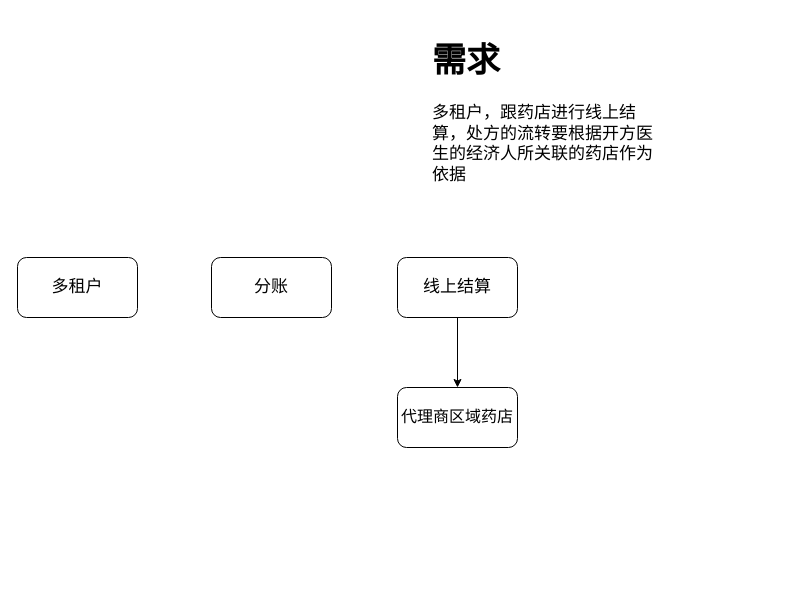
Above: jbh/20220723需求.drawio in GitHeP/diagrams (draw.io), before the change. Source tidied: cells renumbered, new cells numbered last; positions are measured from the earlier drawing's top-left corner, leaving out a move shared by most shapes. Both pictures are drawn from the tidied source at 100%, with x=0, y=0 at pixel (17, 27).
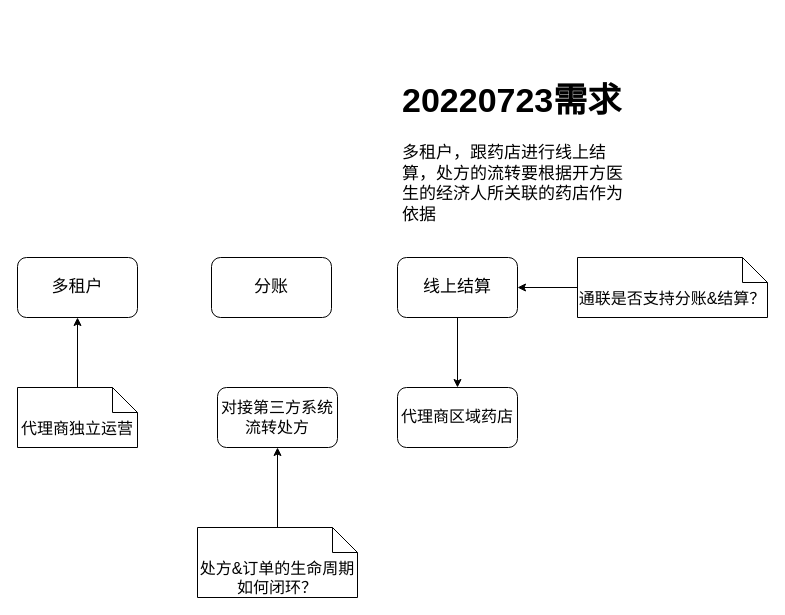
After the change.

The edit, as a diff of the source:
```diff
@@
 <mxGraphModel>
   <root>
     <mxCell id="0" />
     <mxCell id="1" parent="0" />
     <mxCell id="2" value="&lt;font style=&quot;font-size: 17px;&quot;&gt;多租户&lt;/font&gt;" style="rounded=1;whiteSpace=wrap;html=1;" parent="1" vertex="1">
       <mxGeometry y="230" width="120" height="60" as="geometry" />
     </mxCell>
     <mxCell id="3" value="&lt;font style=&quot;font-size: 17px;&quot;&gt;分账&lt;/font&gt;" style="rounded=1;whiteSpace=wrap;html=1;" parent="1" vertex="1">
       <mxGeometry x="194" y="230" width="120" height="60" as="geometry" />
     </mxCell>
     <mxCell id="4" style="edgeStyle=orthogonalEdgeStyle;rounded=0;jettySize=auto;html=1;fontSize=16;" parent="1" edge="1" source="5" target="7">
       <mxGeometry relative="1" as="geometry" />
     </mxCell>
     <mxCell id="5" value="&lt;font style=&quot;font-size: 17px;&quot;&gt;线上结算&lt;/font&gt;" style="rounded=1;whiteSpace=wrap;html=1;" parent="1" vertex="1">
       <mxGeometry x="380" y="230" width="120" height="60" as="geometry" />
     </mxCell>
-    <mxCell id="6" value="&lt;h1&gt;需求&lt;/h1&gt;&lt;div&gt;&lt;div&gt;多租户，跟药店进行线上结算，处方的流转要根据开方医生的经济人所关联的药店作为依据&lt;/div&gt;&lt;/div&gt;&lt;div&gt;&lt;br&gt;&lt;/div&gt;" style="text;html=1;strokeColor=none;fillColor=none;spacing=5;spacingTop=-20;whiteSpace=wrap;overflow=hidden;rounded=0;fontSize=17;" parent="1" vertex="1">
-      <mxGeometry x="410" width="240" height="170" as="geometry" />
+    <mxCell id="6" value="&lt;h1&gt;20220723需求&lt;/h1&gt;&lt;div&gt;&lt;div&gt;多租户，跟药店进行线上结算，处方的流转要根据开方医生的经济人所关联的药店作为依据&lt;/div&gt;&lt;/div&gt;&lt;div&gt;&lt;br&gt;&lt;/div&gt;" style="text;html=1;strokeColor=none;fillColor=none;spacing=5;spacingTop=-20;whiteSpace=wrap;overflow=hidden;rounded=0;fontSize=17;" parent="1" vertex="1">
+      <mxGeometry x="380" y="40" width="240" height="170" as="geometry" />
     </mxCell>
     <mxCell id="7" value="&lt;font style=&quot;font-size: 16px;&quot;&gt;代理商区域药店&lt;/font&gt;" style="rounded=1;whiteSpace=wrap;html=1;fontSize=17;" parent="1" vertex="1">
       <mxGeometry x="380" y="360" width="120" height="60" as="geometry" />
     </mxCell>
+    <mxCell id="8" value="对接第三方系统&lt;br&gt;流转处方" style="rounded=1;whiteSpace=wrap;html=1;fontSize=16;" parent="1" vertex="1">
+      <mxGeometry x="200" y="360" width="120" height="60" as="geometry" />
+    </mxCell>
+    <mxCell id="9" style="edgeStyle=orthogonalEdgeStyle;rounded=0;jettySize=auto;html=1;fontSize=16;" parent="1" edge="1" source="10" target="2">
+      <mxGeometry relative="1" as="geometry" />
+    </mxCell>
+    <mxCell id="10" value="代理商独立运营" style="shape=note2;boundedLbl=1;whiteSpace=wrap;html=1;size=25;verticalAlign=top;align=center;fontSize=16;" parent="1" vertex="1">
+      <mxGeometry y="360" width="120" height="60" as="geometry" />
+    </mxCell>
+    <mxCell id="11" style="edgeStyle=orthogonalEdgeStyle;rounded=0;jettySize=auto;html=1;entryX=1;entryY=0.5;entryDx=0;entryDy=0;fontSize=16;" parent="1" edge="1" source="12" target="5">
+      <mxGeometry relative="1" as="geometry" />
+    </mxCell>
+    <mxCell id="12" value="通联是否支持分账&amp;amp;结算？" style="shape=note2;boundedLbl=1;whiteSpace=wrap;html=1;size=25;verticalAlign=top;align=center;fontSize=16;" parent="1" vertex="1">
+      <mxGeometry x="560" y="230" width="190" height="60" as="geometry" />
+    </mxCell>
+    <mxCell id="13" style="edgeStyle=orthogonalEdgeStyle;rounded=0;jettySize=auto;html=1;fontSize=16;" parent="1" edge="1" source="14" target="8">
+      <mxGeometry relative="1" as="geometry" />
+    </mxCell>
+    <mxCell id="14" value="&lt;span style=&quot;text-align: left;&quot;&gt;处方&amp;amp;订单的生命周期如何闭环？&lt;/span&gt;" style="shape=note2;boundedLbl=1;whiteSpace=wrap;html=1;size=25;verticalAlign=top;align=center;fontSize=16;" parent="1" vertex="1">
+      <mxGeometry x="180" y="500" width="160" height="70" as="geometry" />
+    </mxCell>
   </root>
 </mxGraphModel>
```
